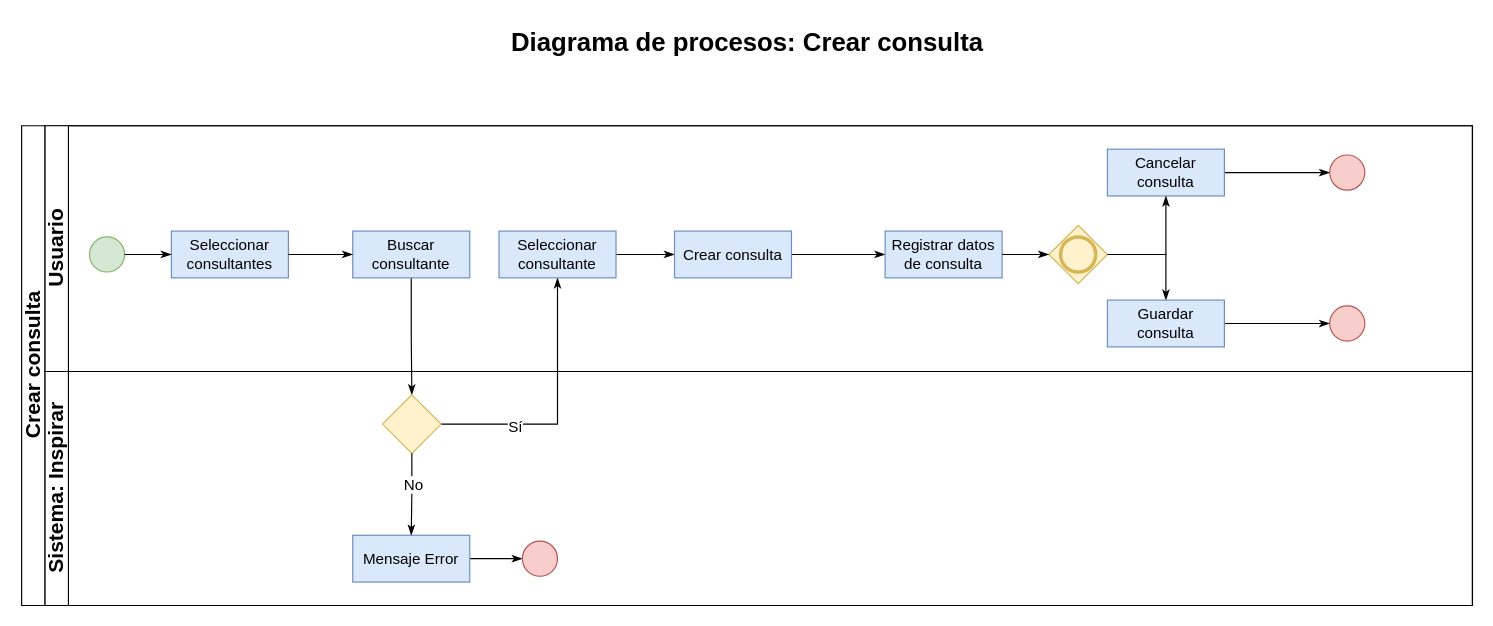
barloff2/Diagramas keeps this draw.io diagram as page "D. Procesos" (5 of 9) of Diagramas/Untitled Diagram.drawio. Above is the earlier version. Source tidied: cells renumbered, new cells numbered last; positions are measured from the earlier drawing's top-left corner, leaving out a move shared by most shapes. Both pictures are drawn from the tidied source at 117%, with x=0, y=0 at pixel (21, 20).
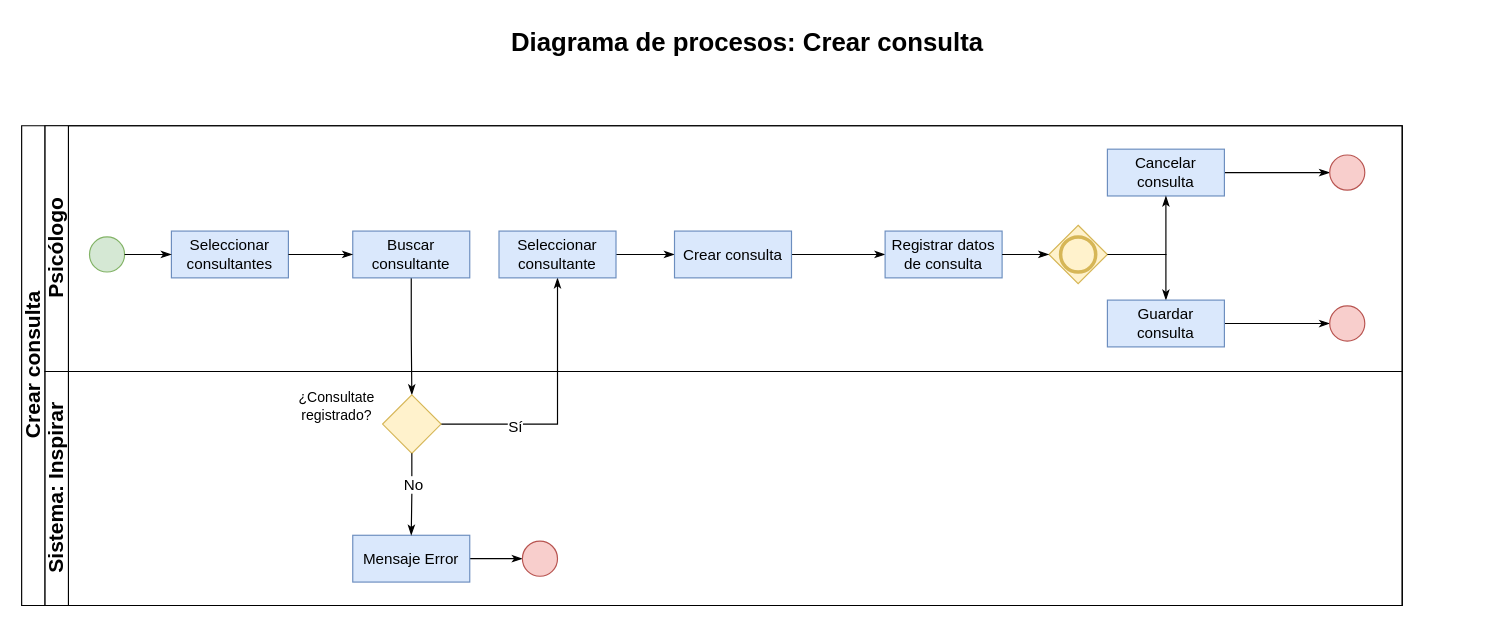
The same diagram, later.

Diff of the diagram source:
```diff
@@
     <mxCell id="3" value="Crear consulta" style="swimlane;html=1;horizontal=0;startSize=20;fontSize=18;" parent="1" vertex="1">
-      <mxGeometry y="90" width="1240" height="410" as="geometry" />
+      <mxGeometry y="90" width="1180" height="410" as="geometry" />
     </mxCell>
@@
-    <mxCell id="7" value="Usuario" style="swimlane;html=1;startSize=20;horizontal=0;fontSize=18;" parent="3" vertex="1">
-      <mxGeometry x="20" width="1220" height="210" as="geometry" />
+    <mxCell id="7" value="Psicólogo" style="swimlane;html=1;startSize=20;horizontal=0;fontSize=18;" parent="3" vertex="1">
+      <mxGeometry x="20" width="1160" height="210" as="geometry" />
     </mxCell>
@@
     <mxCell id="28" value="Sistema: Inspirar" style="swimlane;html=1;startSize=20;horizontal=0;fontSize=18;" parent="3" vertex="1">
-      <mxGeometry x="20" y="210" width="1220" height="200" as="geometry" />
+      <mxGeometry x="20" y="210" width="1160" height="200" as="geometry" />
     </mxCell>
@@
+    <mxCell id="35" value="¿Consultate &lt;br&gt;registrado?" style="text;html=1;align=center;verticalAlign=middle;strokeColor=none;fillColor=none;" parent="28" vertex="1">
+      <mxGeometry x="208.5" y="15" width="80" height="30" as="geometry" />
+    </mxCell>
```
